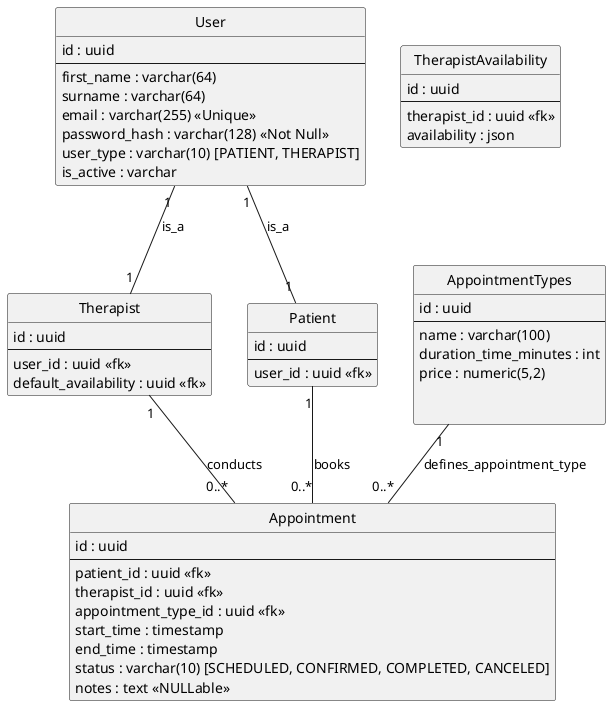
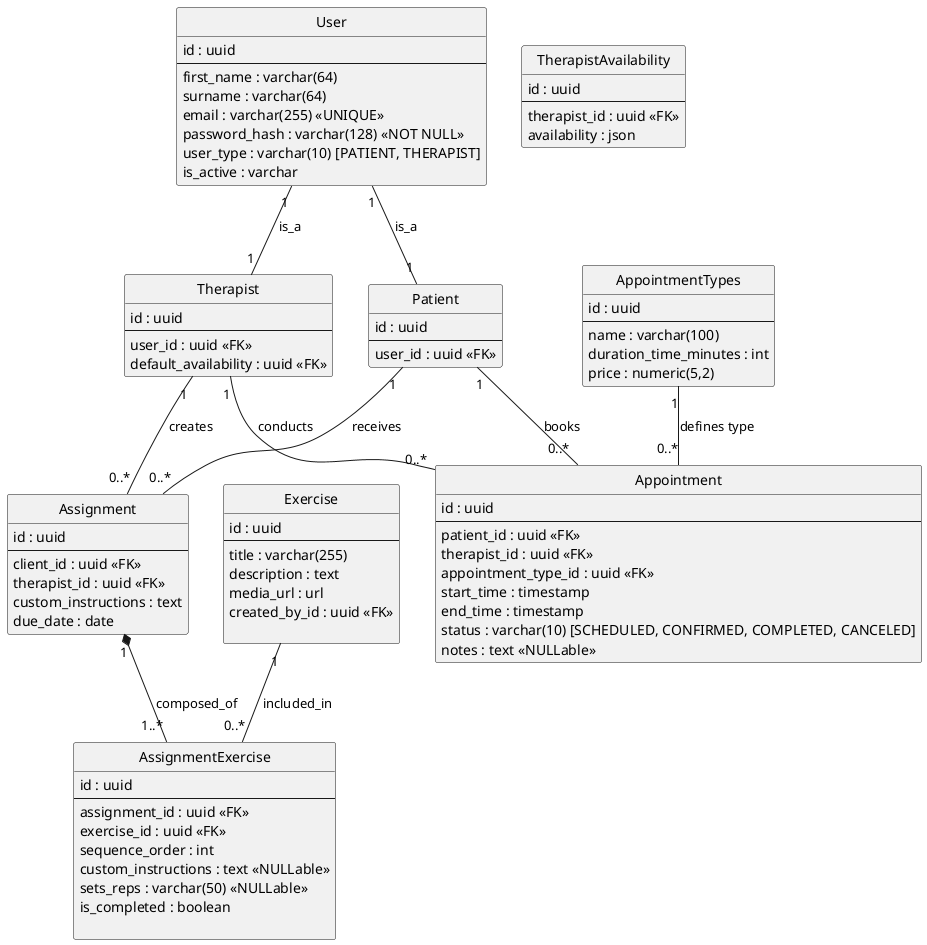
@startuml Speech Therapy Office Management System (sTOMs)

hide empty methods
hide circle

'---------------
' Profiles
'---------------

class User {
    id : uuid
--
    first_name : varchar(64)
    surname : varchar(64)
-     email : varchar(255) <<Unique>>
-     password_hash : varchar(128) <<Not Null>>
+     email : varchar(255) <<UNIQUE>>
+     password_hash : varchar(128) <<NOT NULL>>
    user_type : varchar(10) [PATIENT, THERAPIST]
    is_active : varchar
}


class Therapist {
    id : uuid
--
-     user_id : uuid <<fk>>
-     default_availability : uuid <<fk>>
+     user_id : uuid <<FK>>
+     default_availability : uuid <<FK>>
}

class Patient {
    id : uuid
--
-     user_id : uuid <<fk>>
+     user_id : uuid <<FK>>
}

User "1" -- "1" Therapist : is_a
User "1" -- "1" Patient : is_a


'---------------
' Therapy and Scheduling
'---------------

class AppointmentTypes {
    id : uuid
--
    name : varchar(100)
    duration_time_minutes : int
    price : numeric(5,2)
- 
- 
}

class TherapistAvailability {
    id : uuid
--
-     therapist_id : uuid <<fk>>
+     therapist_id : uuid <<FK>>
    availability : json
}


class Appointment {
    id : uuid
--
-     patient_id : uuid <<fk>>
-     therapist_id : uuid <<fk>>
-     appointment_type_id : uuid <<fk>>
+     patient_id : uuid <<FK>>
+     therapist_id : uuid <<FK>>
+     appointment_type_id : uuid <<FK>>
    start_time : timestamp
    end_time : timestamp
    status : varchar(10) [SCHEDULED, CONFIRMED, COMPLETED, CANCELED]
    notes : text <<NULLable>>
}

Patient "1" -- "0..*" Appointment : books
Therapist "1" -- "0..*" Appointment : conducts
- AppointmentTypes "1" -- "0..*" Appointment : defines_appointment_type
+ AppointmentTypes "1" -- "0..*" Appointment : defines type


+ '---------------
+ ' Home Assignments
+ '---------------
+ 
+ class Exercise {
+     id : uuid
+ --
+     title : varchar(255)
+     description : text
+     media_url : url
+     created_by_id : uuid <<FK>>
+ 
+ }
+ 
+ 
+ class Assignment {
+     id : uuid
+ --
+     client_id : uuid <<FK>>
+     therapist_id : uuid <<FK>>
+     custom_instructions : text
+     due_date : date
+ }
+ 
+ class AssignmentExercise {
+     id : uuid
+ --
+     assignment_id : uuid <<FK>>
+     exercise_id : uuid <<FK>>
+     sequence_order : int
+     custom_instructions : text <<NULLable>>
+     sets_reps : varchar(50) <<NULLable>>
+     is_completed : boolean
+ 
+ }
+ 
+ Therapist "1" -- "0..*" Assignment : creates
+ Patient "1" -- "0..*" Assignment : receives
+ 
+ Assignment "1" *-- "1..*" AssignmentExercise : composed_of
+ Exercise "1" -- "0..*" AssignmentExercise : included_in
+ 
@enduml
- 
